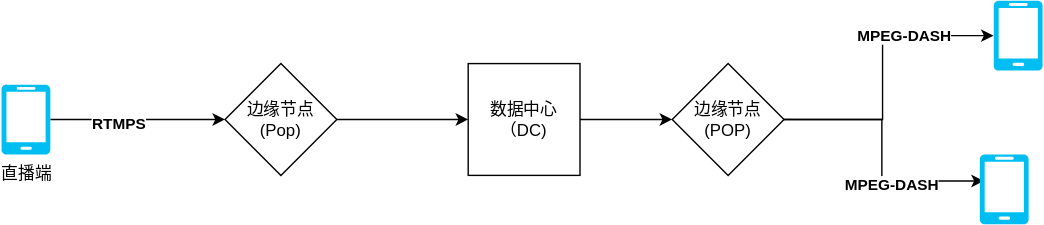
This is systemDesign/graphs/facebookLiveArchitecture.drawio.svg from fangzhzh/leetcode, a draw.io export, as it was before one commit. Source tidied: cells renumbered, new cells last; positions are measured from the earlier drawing's top-left corner, leaving out a move shared by most shapes. Source of this version:
```xml
<mxGraphModel>
  <root>
    <mxCell id="0" />
    <mxCell id="1" parent="0" />
    <mxCell id="2" style="edgeStyle=orthogonalEdgeStyle;rounded=0;jettySize=auto;html=1;" parent="1" edge="1" source="4" target="6">
      <mxGeometry relative="1" as="geometry" />
    </mxCell>
    <mxCell id="3" value="&lt;b&gt;RTMPS&lt;/b&gt;" style="edgeLabel;html=1;align=center;verticalAlign=middle;" parent="2" vertex="1">
      <mxGeometry x="-0.23" y="-2" relative="1" as="geometry" />
    </mxCell>
    <mxCell id="4" value="直播端" style="verticalLabelPosition=bottom;html=1;verticalAlign=top;align=center;strokeColor=none;fillColor=#00BEF2;shape=mxgraph.azure.mobile;" parent="1" vertex="1">
      <mxGeometry y="60" width="35" height="50" as="geometry" />
    </mxCell>
    <mxCell id="5" style="edgeStyle=orthogonalEdgeStyle;rounded=0;jettySize=auto;html=1;entryX=0;entryY=0.5;entryDx=0;entryDy=0;" parent="1" edge="1" source="6" target="8">
      <mxGeometry relative="1" as="geometry" />
    </mxCell>
    <mxCell id="6" value="边缘节点&lt;br&gt;(Pop)" style="rhombus;whiteSpace=wrap;html=1;" parent="1" vertex="1">
      <mxGeometry x="160" y="45" width="80" height="80" as="geometry" />
    </mxCell>
    <mxCell id="7" style="edgeStyle=orthogonalEdgeStyle;rounded=0;jettySize=auto;html=1;entryX=0;entryY=0.5;entryDx=0;entryDy=0;" parent="1" edge="1" source="8" target="13">
      <mxGeometry relative="1" as="geometry" />
    </mxCell>
    <mxCell id="8" value="数据中心&lt;br&gt;（DC)" style="whiteSpace=wrap;html=1;" parent="1" vertex="1">
      <mxGeometry x="334" y="45" width="80" height="80" as="geometry" />
    </mxCell>
    <mxCell id="9" style="edgeStyle=orthogonalEdgeStyle;rounded=0;jettySize=auto;html=1;entryX=0;entryY=0.5;entryDx=0;entryDy=0;entryPerimeter=0;" parent="1" edge="1" target="14">
      <mxGeometry relative="1" as="geometry">
        <mxPoint x="551" y="85" as="sourcePoint" />
      </mxGeometry>
    </mxCell>
    <mxCell id="10" value="&lt;b&gt;MPEG-DASH&lt;/b&gt;" style="edgeLabel;html=1;align=center;verticalAlign=middle;" parent="9" vertex="1">
      <mxGeometry x="0.41" y="1" relative="1" as="geometry" />
    </mxCell>
    <mxCell id="11" style="edgeStyle=orthogonalEdgeStyle;rounded=0;jettySize=auto;html=1;entryX=0.086;entryY=0.38;entryDx=0;entryDy=0;entryPerimeter=0;" parent="1" edge="1" source="13" target="15">
      <mxGeometry relative="1" as="geometry" />
    </mxCell>
    <mxCell id="12" value="&lt;b&gt;MPEG-DASH&lt;/b&gt;" style="edgeLabel;html=1;align=center;verticalAlign=middle;" parent="11" vertex="1">
      <mxGeometry x="0.28" y="-2" relative="1" as="geometry" />
    </mxCell>
    <mxCell id="13" value="边缘节点&lt;br&gt;(POP)" style="rhombus;whiteSpace=wrap;html=1;" parent="1" vertex="1">
      <mxGeometry x="480" y="45" width="80" height="80" as="geometry" />
    </mxCell>
    <mxCell id="14" style="verticalLabelPosition=bottom;html=1;verticalAlign=top;align=center;strokeColor=none;fillColor=#00BEF2;shape=mxgraph.azure.mobile;" parent="1" vertex="1">
      <mxGeometry x="710" width="35" height="50" as="geometry" />
    </mxCell>
    <mxCell id="15" style="verticalLabelPosition=bottom;html=1;verticalAlign=top;align=center;strokeColor=none;fillColor=#00BEF2;shape=mxgraph.azure.mobile;" parent="1" vertex="1">
      <mxGeometry x="700" y="110" width="35" height="50" as="geometry" />
    </mxCell>
  </root>
</mxGraphModel>
```
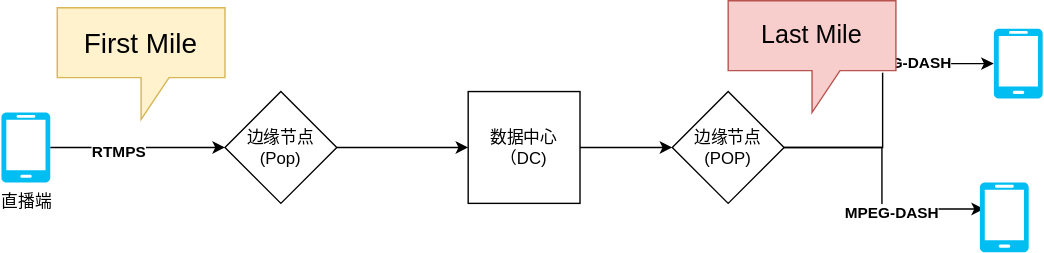
Above is the later version.

Commit message:
facebook live

Change to the diagram source:
```diff
@@ -46,5 +46,11 @@
     <mxCell id="15" style="verticalLabelPosition=bottom;html=1;verticalAlign=top;align=center;strokeColor=none;fillColor=#00BEF2;shape=mxgraph.azure.mobile;" parent="1" vertex="1">
       <mxGeometry x="700" y="110" width="35" height="50" as="geometry" />
     </mxCell>
+    <mxCell id="16" value="First Mile" style="shape=callout;whiteSpace=wrap;html=1;perimeter=calloutPerimeter;fillColor=#fff2cc;strokeColor=#d6b656;fontSize=20;" parent="1" vertex="1">
+      <mxGeometry x="40" y="-15" width="120" height="80" as="geometry" />
+    </mxCell>
+    <mxCell id="17" value="Last Mile" style="shape=callout;whiteSpace=wrap;html=1;perimeter=calloutPerimeter;fontSize=18;fillColor=#f8cecc;strokeColor=#b85450;" parent="1" vertex="1">
+      <mxGeometry x="520" y="-20" width="120" height="80" as="geometry" />
+    </mxCell>
   </root>
 </mxGraphModel>
```
